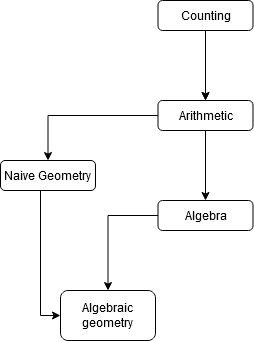
Above: folder/Knowledge tech tree.png in MangledPotat0/knowledge_tech_tree (draw.io), before the change. Source tidied: cells renumbered, new cells last; positions are measured from the earlier drawing's top-left corner, leaving out a move shared by most shapes.
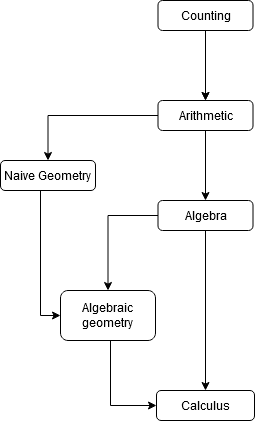
Later version of the same file.

The edit, as a diff of the source:
```diff
@@ -48,8 +48,21 @@
         </Array>
       </mxGeometry>
     </mxCell>
+    <mxCell id="13" style="edgeStyle=orthogonalEdgeStyle;rounded=0;jettySize=auto;html=1;entryX=0;entryY=0.5;entryDx=0;entryDy=0;" parent="1" edge="1" source="12" target="15">
+      <mxGeometry relative="1" as="geometry">
+        <Array as="points">
+          <mxPoint x="110" y="405" />
+        </Array>
+      </mxGeometry>
+    </mxCell>
     <mxCell id="12" value="Algebraic geometry" style="rounded=1;whiteSpace=wrap;html=1;" parent="1" vertex="1">
       <mxGeometry x="60" y="290" width="95" height="50" as="geometry" />
     </mxCell>
+    <mxCell id="14" style="edgeStyle=orthogonalEdgeStyle;rounded=0;jettySize=auto;html=1;exitX=0.5;exitY=1;exitDx=0;exitDy=0;entryX=0.5;entryY=0;entryDx=0;entryDy=0;" parent="1" edge="1" source="8" target="15">
+      <mxGeometry relative="1" as="geometry" />
+    </mxCell>
+    <mxCell id="15" value="Calculus" style="rounded=1;whiteSpace=wrap;html=1;" parent="1" vertex="1">
+      <mxGeometry x="156" y="390" width="98" height="30" as="geometry" />
+    </mxCell>
   </root>
 </mxGraphModel>
```
